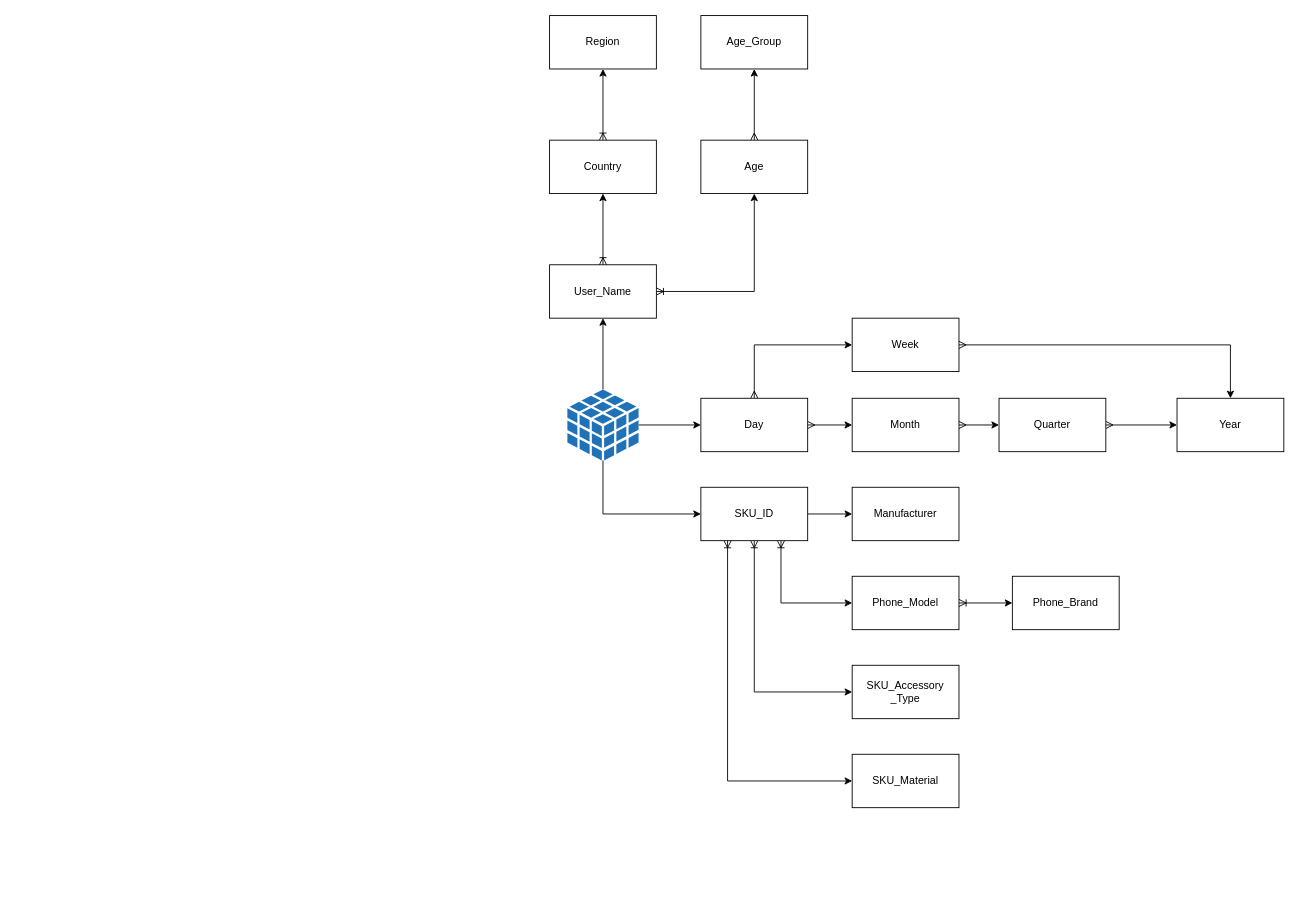
The draw.io diagram Data Warehousing/MultiDim_Modelling_Exercise/M/ER_Diagram.drawio in pmarcello01/Marcell_Poerczi_BIPM2026, before the edit. Source tidied: cells renumbered, new cells numbered last; positions are measured from the earlier drawing's top-left corner, leaving out a move shared by most shapes. Both pictures are drawn from the tidied source at 89%, with x=0, y=0 at pixel (549, 15).
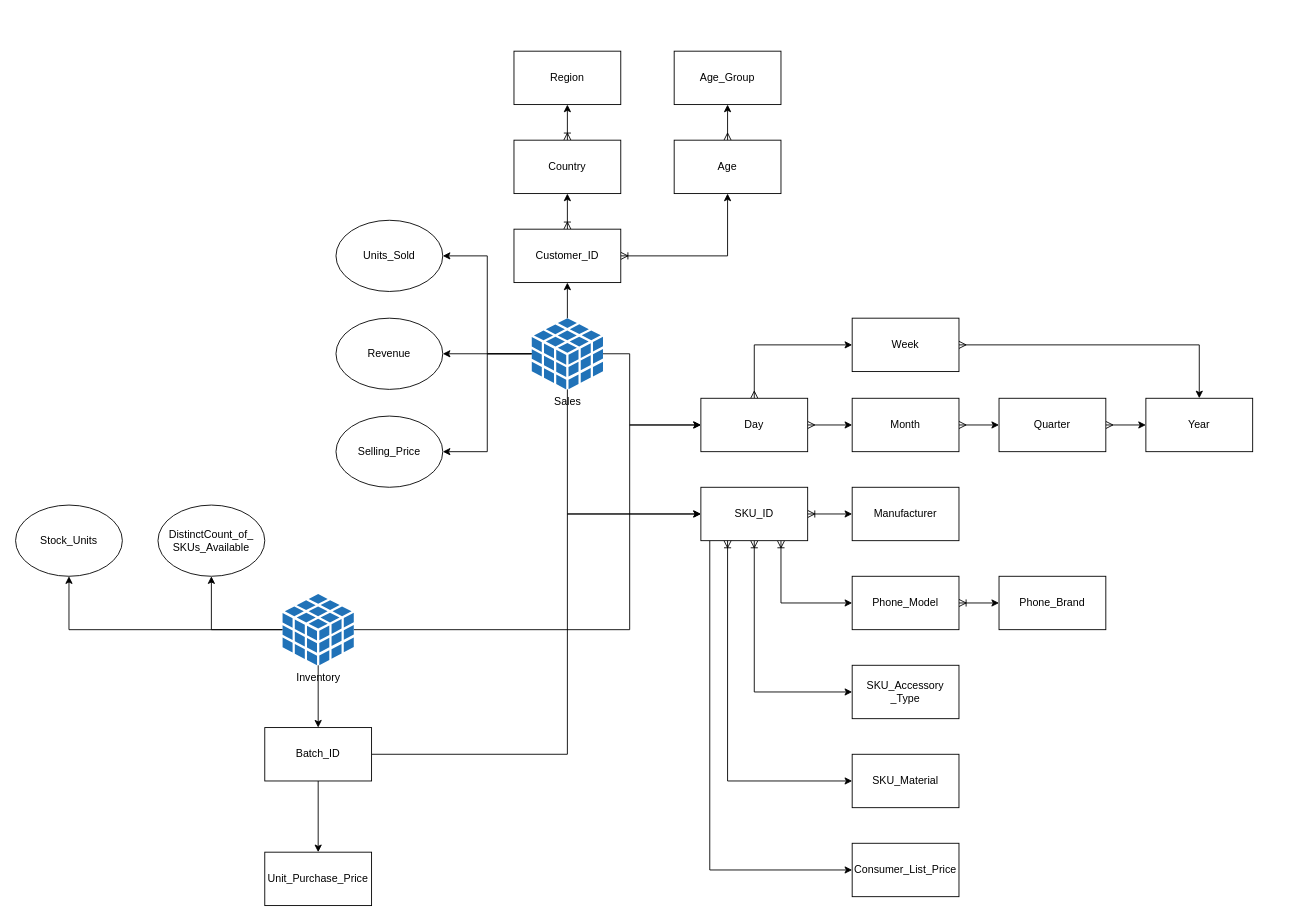
The same diagram, later.

Commit message:
Inventory_Cube_Added

The change refers to these unchanged cells:
```xml
<mxCell id="8" value="Day" style="rounded=0;whiteSpace=wrap;html=1;" parent="1" vertex="1">
  <mxGeometry x="170" y="430" width="120" height="60" as="geometry" />
</mxCell>
<mxCell id="19" value="SKU_ID" style="rounded=0;whiteSpace=wrap;html=1;" parent="1" vertex="1">
  <mxGeometry x="170" y="530" width="120" height="60" as="geometry" />
</mxCell>
<mxCell id="34" value="Manufacturer" style="rounded=0;whiteSpace=wrap;html=1;" parent="1" vertex="1">
  <mxGeometry x="340" y="530" width="120" height="60" as="geometry" />
</mxCell>
```

The edit, as a diff of the source:
```diff
@@
     <mxCell id="2" style="edgeStyle=orthogonalEdgeStyle;rounded=0;jettySize=auto;html=1;entryX=0;entryY=0.5;entryDx=0;entryDy=0;defaultLabelBackgroundColor=page;labelPadding=0 4;" parent="1" edge="1" source="5" target="8">
-      <mxGeometry relative="1" as="geometry" />
+      <mxGeometry relative="1" as="geometry">
+        <Array as="points">
+          <mxPoint x="90" y="380" />
+          <mxPoint x="90" y="460" />
+        </Array>
+      </mxGeometry>
     </mxCell>
     <mxCell id="3" style="edgeStyle=orthogonalEdgeStyle;rounded=0;jettySize=auto;html=1;entryX=0;entryY=0.5;entryDx=0;entryDy=0;defaultLabelBackgroundColor=page;labelPadding=0 4;" parent="1" edge="1" source="5" target="19">
       <mxGeometry x="0.43" relative="1" as="geometry">
         <Array as="points">
-          <mxPoint x="60" y="560" />
+          <mxPoint x="20" y="560" />
         </Array>
       </mxGeometry>
     </mxCell>
@@
+    <mxCell id="36" style="edgeStyle=orthogonalEdgeStyle;rounded=0;jettySize=auto;html=1;entryX=1;entryY=0.5;entryDx=0;entryDy=0;defaultLabelBackgroundColor=page;labelPadding=0 4;" parent="1" edge="1" source="5" target="51">
+      <mxGeometry relative="1" as="geometry" />
+    </mxCell>
+    <mxCell id="37" style="edgeStyle=orthogonalEdgeStyle;rounded=0;jettySize=auto;html=1;defaultLabelBackgroundColor=page;labelPadding=0 4;" parent="1" edge="1" source="5" target="52">
+      <mxGeometry relative="1" as="geometry" />
+    </mxCell>
+    <mxCell id="38" style="edgeStyle=orthogonalEdgeStyle;rounded=0;jettySize=auto;html=1;entryX=1;entryY=0.5;entryDx=0;entryDy=0;defaultLabelBackgroundColor=page;labelPadding=0 4;" parent="1" edge="1" source="5" target="53">
+      <mxGeometry relative="1" as="geometry" />
+    </mxCell>
-    <mxCell id="5" style="sketch=0;shadow=0;dashed=0;html=1;strokeColor=none;labelPosition=center;verticalLabelPosition=bottom;verticalAlign=top;outlineConnect=0;align=center;shape=mxgraph.office.databases.database_cube;fillColor=#2072B8;labelPerimeter=1;" parent="1" vertex="1">
-      <mxGeometry x="20" y="420" width="80" height="80" as="geometry" />
+    <mxCell id="5" value="Sales" style="sketch=0;shadow=0;dashed=0;html=1;strokeColor=none;labelPosition=center;verticalLabelPosition=bottom;verticalAlign=top;outlineConnect=0;align=center;shape=mxgraph.office.databases.database_cube;fillColor=#2072B8;labelPerimeter=1;" parent="1" vertex="1">
+      <mxGeometry x="-20" y="340" width="80" height="80" as="geometry" />
     </mxCell>
@@
     <mxCell id="15" value="Year" style="whiteSpace=wrap;html=1;rounded=0;" parent="1" vertex="1">
-      <mxGeometry x="705" y="430" width="120" height="60" as="geometry" />
+      <mxGeometry x="670" y="430" width="120" height="60" as="geometry" />
     </mxCell>
@@
-    <mxCell id="18" style="edgeStyle=orthogonalEdgeStyle;rounded=0;jettySize=auto;html=1;defaultLabelBackgroundColor=page;labelPadding=0 4;" parent="1" edge="1" source="19" target="34">
+    <mxCell id="18" style="edgeStyle=orthogonalEdgeStyle;rounded=0;jettySize=auto;html=1;defaultLabelBackgroundColor=page;labelPadding=0 4;startArrow=ERoneToMany;startFill=0;" parent="1" edge="1" source="19" target="34">
       <mxGeometry relative="1" as="geometry" />
     </mxCell>
+    <mxCell id="39" style="edgeStyle=orthogonalEdgeStyle;rounded=0;jettySize=auto;html=1;defaultLabelBackgroundColor=page;labelPadding=0 4;" parent="1" edge="1" source="19" target="50">
+      <mxGeometry relative="1" as="geometry">
+        <Array as="points">
+          <mxPoint x="180" y="960" />
+        </Array>
+      </mxGeometry>
+    </mxCell>
@@
     <mxCell id="24" value="Phone_Brand" style="whiteSpace=wrap;html=1;rounded=0;" parent="1" vertex="1">
-      <mxGeometry x="520" y="630" width="120" height="60" as="geometry" />
+      <mxGeometry x="505" y="630" width="120" height="60" as="geometry" />
     </mxCell>
@@
-    <mxCell id="27" value="User_Name" style="rounded=0;whiteSpace=wrap;html=1;" parent="1" vertex="1">
-      <mxGeometry y="280" width="120" height="60" as="geometry" />
+    <mxCell id="27" value="Customer_ID" style="rounded=0;whiteSpace=wrap;html=1;" parent="1" vertex="1">
+      <mxGeometry x="-40" y="240" width="120" height="60" as="geometry" />
     </mxCell>
@@
     <mxCell id="29" value="Country" style="rounded=0;whiteSpace=wrap;html=1;" parent="1" vertex="1">
-      <mxGeometry y="140" width="120" height="60" as="geometry" />
+      <mxGeometry x="-40" y="140" width="120" height="60" as="geometry" />
     </mxCell>
@@
     <mxCell id="31" value="Age" style="rounded=0;whiteSpace=wrap;html=1;" parent="1" vertex="1">
-      <mxGeometry x="170" y="140" width="120" height="60" as="geometry" />
+      <mxGeometry x="140" y="140" width="120" height="60" as="geometry" />
     </mxCell>
     <mxCell id="32" value="Age_Group" style="rounded=0;whiteSpace=wrap;html=1;" parent="1" vertex="1">
-      <mxGeometry x="170" width="120" height="60" as="geometry" />
+      <mxGeometry x="140" y="40" width="120" height="60" as="geometry" />
     </mxCell>
     <mxCell id="33" value="Region" style="rounded=0;whiteSpace=wrap;html=1;" parent="1" vertex="1">
-      <mxGeometry width="120" height="60" as="geometry" />
+      <mxGeometry x="-40" y="40" width="120" height="60" as="geometry" />
     </mxCell>
@@
+    <mxCell id="40" style="edgeStyle=orthogonalEdgeStyle;rounded=0;jettySize=auto;html=1;entryX=0;entryY=0.5;entryDx=0;entryDy=0;defaultLabelBackgroundColor=page;labelPadding=0 4;" parent="1" edge="1" source="44" target="8">
+      <mxGeometry relative="1" as="geometry">
+        <Array as="points">
+          <mxPoint x="90" y="690" />
+          <mxPoint x="90" y="460" />
+        </Array>
+      </mxGeometry>
+    </mxCell>
+    <mxCell id="41" style="edgeStyle=orthogonalEdgeStyle;rounded=0;jettySize=auto;html=1;entryX=0.5;entryY=0;entryDx=0;entryDy=0;defaultLabelBackgroundColor=page;labelPadding=0 4;" parent="1" edge="1" source="44" target="47">
+      <mxGeometry relative="1" as="geometry" />
+    </mxCell>
+    <mxCell id="42" style="edgeStyle=orthogonalEdgeStyle;rounded=0;jettySize=auto;html=1;entryX=0.5;entryY=1;entryDx=0;entryDy=0;defaultLabelBackgroundColor=page;labelPadding=0 4;" parent="1" edge="1" source="44" target="49">
+      <mxGeometry relative="1" as="geometry" />
+    </mxCell>
+    <mxCell id="43" style="edgeStyle=orthogonalEdgeStyle;rounded=0;jettySize=auto;html=1;entryX=0.5;entryY=1;entryDx=0;entryDy=0;defaultLabelBackgroundColor=page;labelPadding=0 4;" parent="1" edge="1" source="44" target="54">
+      <mxGeometry relative="1" as="geometry" />
+    </mxCell>
+    <mxCell id="44" value="Inventory" style="sketch=0;shadow=0;dashed=0;html=1;strokeColor=none;labelPosition=center;verticalLabelPosition=bottom;verticalAlign=top;outlineConnect=0;align=center;shape=mxgraph.office.databases.database_cube;fillColor=#2072B8;labelPerimeter=1;" parent="1" vertex="1">
+      <mxGeometry x="-300" y="650" width="80" height="80" as="geometry" />
+    </mxCell>
+    <mxCell id="45" style="edgeStyle=orthogonalEdgeStyle;rounded=0;jettySize=auto;html=1;entryX=0;entryY=0.5;entryDx=0;entryDy=0;defaultLabelBackgroundColor=page;labelPadding=0 4;" parent="1" edge="1" source="47" target="19">
+      <mxGeometry x="0.05" relative="1" as="geometry">
+        <Array as="points">
+          <mxPoint x="20" y="830" />
+          <mxPoint x="20" y="560" />
+        </Array>
+      </mxGeometry>
+    </mxCell>
+    <mxCell id="46" style="edgeStyle=orthogonalEdgeStyle;rounded=0;jettySize=auto;html=1;defaultLabelBackgroundColor=page;labelPadding=0 4;" parent="1" edge="1" source="47" target="48">
+      <mxGeometry relative="1" as="geometry" />
+    </mxCell>
+    <mxCell id="47" value="Batch_ID" style="rounded=0;whiteSpace=wrap;html=1;" parent="1" vertex="1">
+      <mxGeometry x="-320" y="800" width="120" height="60" as="geometry" />
+    </mxCell>
+    <mxCell id="48" value="Unit_Purchase_Price" style="rounded=0;whiteSpace=wrap;html=1;" parent="1" vertex="1">
+      <mxGeometry x="-320" y="940" width="120" height="60" as="geometry" />
+    </mxCell>
+    <mxCell id="49" value="Stock_&lt;span style=&quot;text-decoration-line: inherit; background-color: transparent; color: light-dark(#000000, var(--ge-light-color, #ffffff));&quot;&gt;Units&lt;/span&gt;" style="ellipse;whiteSpace=wrap;html=1;shapeInside=1;" parent="1" vertex="1">
+      <mxGeometry x="-600" y="550" width="120" height="80" as="geometry" />
+    </mxCell>
+    <mxCell id="50" value="Consumer_List_Price" style="rounded=0;whiteSpace=wrap;html=1;" parent="1" vertex="1">
+      <mxGeometry x="340" y="930" width="120" height="60" as="geometry" />
+    </mxCell>
+    <mxCell id="51" value="Units_Sold" style="ellipse;whiteSpace=wrap;html=1;shapeInside=1;" parent="1" vertex="1">
+      <mxGeometry x="-240" y="230" width="120" height="80" as="geometry" />
+    </mxCell>
+    <mxCell id="52" value="Revenue" style="ellipse;whiteSpace=wrap;html=1;shapeInside=1;" parent="1" vertex="1">
+      <mxGeometry x="-240" y="340" width="120" height="80" as="geometry" />
+    </mxCell>
+    <mxCell id="53" value="Selling_Price" style="ellipse;whiteSpace=wrap;html=1;shapeInside=1;" parent="1" vertex="1">
+      <mxGeometry x="-240" y="450" width="120" height="80" as="geometry" />
+    </mxCell>
+    <mxCell id="54" value="DistinctCount_of_&lt;br&gt;SKUs_Available" style="ellipse;whiteSpace=wrap;html=1;shapeInside=1;" parent="1" vertex="1">
+      <mxGeometry x="-440" y="550" width="120" height="80" as="geometry" />
+    </mxCell>
```
